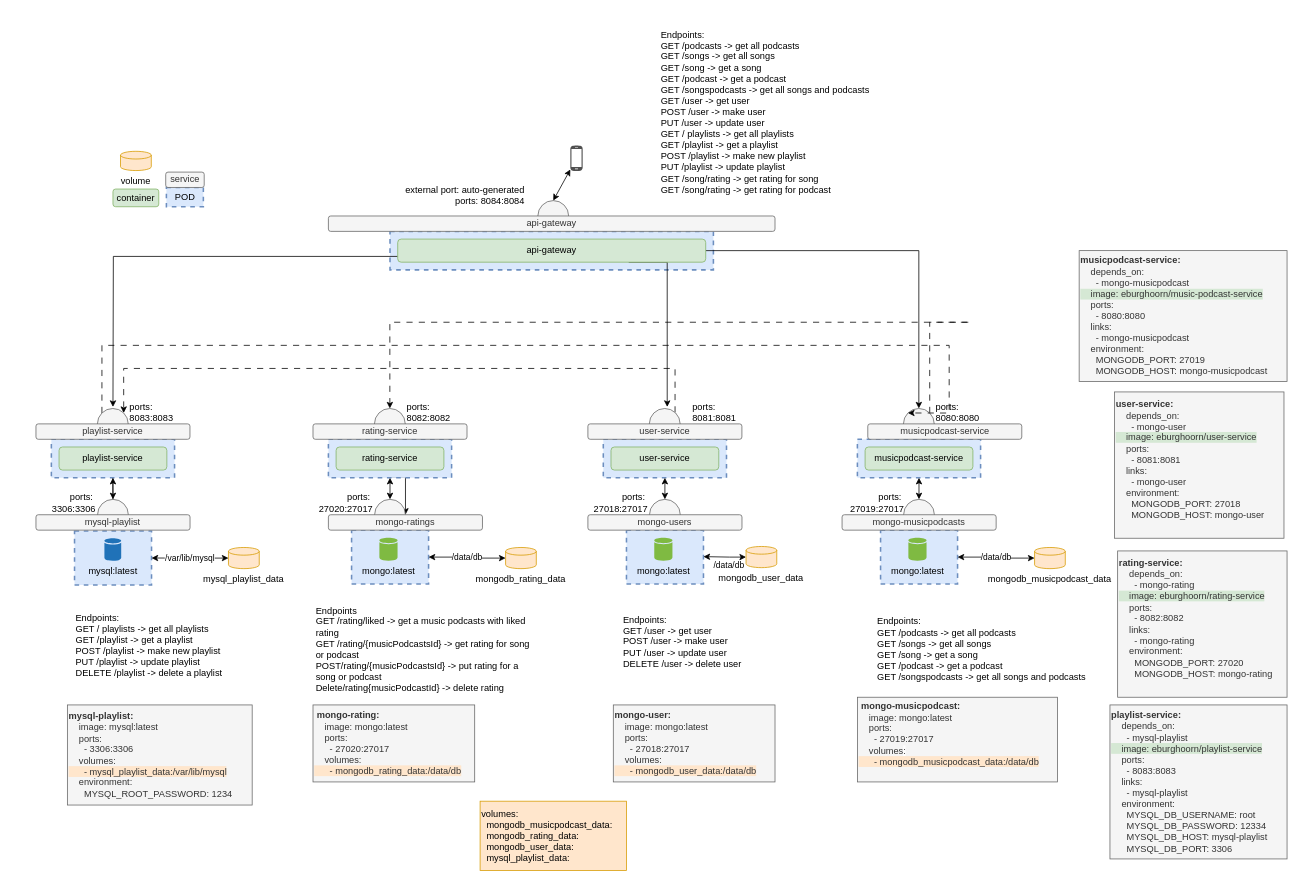
Earlier version of the draw.io diagram muziekservice.drawio (EvaBurghoorn/ProjectEDE_muziekservice). Source tidied: cells renumbered, new cells numbered last; positions are measured from the earlier drawing's top-left corner, leaving out a move shared by most shapes. Both pictures are drawn from the tidied source at 77%, with x=0, y=0 at pixel (13, 23). Pictures stored in the file or linked from it are replaced by grey dashed boxes.
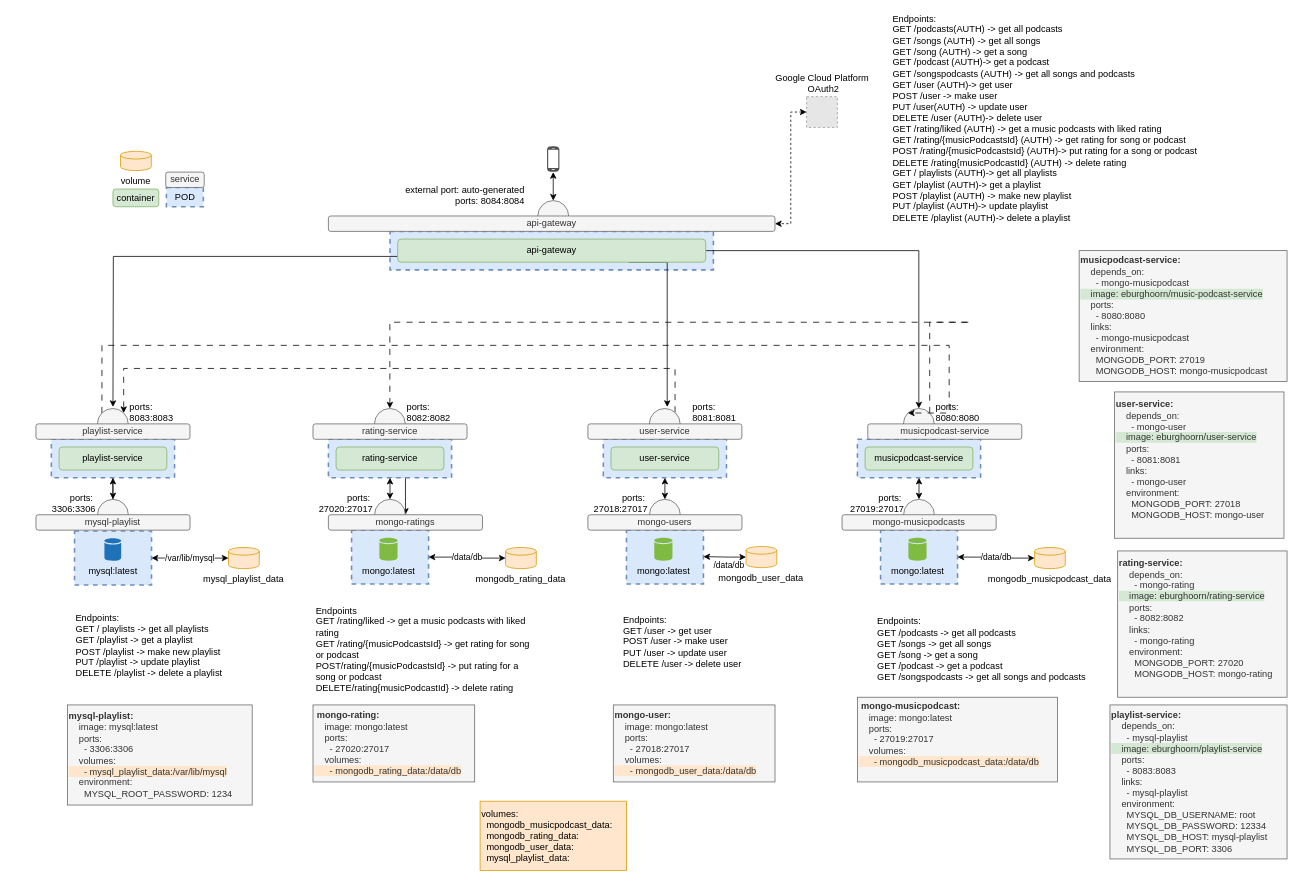
The same diagram, later.

Unchanged cells that the change refers to:
```xml
<mxCell id="69" value="api-gateway" style="rounded=1;whiteSpace=wrap;html=1;fillColor=#f5f5f5;strokeColor=#666666;fontColor=#333333;" parent="1" vertex="1">
  <mxGeometry x="409" y="250" width="580" height="20" as="geometry" />
</mxCell>
```

What changed in the source:
```diff
@@
     <mxCell id="62" style="shadow=0;dashed=0;html=1;strokeColor=none;fillColor=#505050;labelPosition=center;verticalLabelPosition=bottom;verticalAlign=top;outlineConnect=0;align=center;shape=mxgraph.office.devices.cell_phone_android_standalone;" parent="1" vertex="1">
-      <mxGeometry x="723.2" y="158" width="16" height="34" as="geometry" />
+      <mxGeometry x="693" y="159" width="16" height="34" as="geometry" />
     </mxCell>
@@
-    <mxCell id="72" value="Endpoints:&lt;br&gt;GET /podcasts -&amp;gt; get all podcasts&lt;br&gt;GET /songs -&amp;gt; get all songs&lt;br&gt;GET /song -&amp;gt; get a song&lt;br&gt;GET /podcast -&amp;gt; get a podcast&lt;br&gt;GET /songspodcasts -&amp;gt; get all songs and podcasts&lt;br&gt;GET /user -&amp;gt; get user&lt;br&gt;POST /user -&amp;gt; make user&lt;br&gt;PUT /user -&amp;gt; update user&lt;br&gt;GET / playlists -&amp;gt; get all playlists&lt;br&gt;GET /playlist -&amp;gt; get a playlist&lt;br&gt;POST /playlist -&amp;gt; make new playlist&lt;br&gt;PUT /playlist -&amp;gt; update playlist&lt;br&gt;GET /song/rating -&amp;gt; get rating for song&lt;br&gt;GET /song/rating -&amp;gt; get rating for podcast" style="text;html=1;strokeColor=none;fillColor=none;align=left;verticalAlign=middle;whiteSpace=wrap;rounded=0;" parent="1" vertex="1">
-      <mxGeometry x="839.2" width="290" height="230" as="geometry" />
+    <mxCell id="72" value="Endpoints:&lt;br&gt;GET /podcasts(AUTH) -&amp;gt; get all podcasts&lt;br style=&quot;border-color: var(--border-color);&quot;&gt;GET /songs (AUTH)&amp;nbsp;-&amp;gt; get all songs&lt;br style=&quot;border-color: var(--border-color);&quot;&gt;GET /song (AUTH)&amp;nbsp;-&amp;gt; get a song&lt;br style=&quot;border-color: var(--border-color);&quot;&gt;GET /podcast (AUTH)-&amp;gt; get a podcast&lt;br style=&quot;border-color: var(--border-color);&quot;&gt;GET /songspodcasts (AUTH)&amp;nbsp;-&amp;gt; get all songs and podcasts&lt;br&gt;GET /user (AUTH)-&amp;gt; get user&lt;br style=&quot;border-color: var(--border-color);&quot;&gt;POST /user -&amp;gt; make user&lt;br style=&quot;border-color: var(--border-color);&quot;&gt;PUT /user(AUTH) -&amp;gt; update user&lt;br style=&quot;border-color: var(--border-color);&quot;&gt;DELETE /user (AUTH)-&amp;gt; delete user&lt;br&gt;GET /rating/liked (AUTH) -&amp;gt; get a music podcasts with liked rating&lt;br style=&quot;border-color: var(--border-color);&quot;&gt;GET /rating/{musicPodcastsId} (AUTH) -&amp;gt; get rating for song or podcast&lt;br style=&quot;border-color: var(--border-color);&quot;&gt;POST /rating/{musicPodcastsId} (AUTH)-&amp;gt; put rating for a song or podcast&lt;br style=&quot;border-color: var(--border-color);&quot;&gt;DELETE /rating{musicPodcastId} (AUTH)&amp;nbsp;-&amp;gt; delete rating&lt;br style=&quot;border-color: var(--border-color);&quot;&gt;GET / playlists (AUTH)-&amp;gt; get all playlists&lt;br style=&quot;border-color: var(--border-color);&quot;&gt;GET /playlist (AUTH)-&amp;gt; get a playlist&lt;br style=&quot;border-color: var(--border-color);&quot;&gt;POST /playlist (AUTH)&amp;nbsp;-&amp;gt; make new playlist&lt;br style=&quot;border-color: var(--border-color);&quot;&gt;PUT /playlist (AUTH)-&amp;gt; update playlist&lt;br style=&quot;border-color: var(--border-color);&quot;&gt;DELETE /playlist (AUTH)-&amp;gt; delete a playlist" style="text;html=1;strokeColor=none;fillColor=none;align=left;verticalAlign=middle;whiteSpace=wrap;rounded=0;" parent="1" vertex="1">
+      <mxGeometry x="1140" y="8" width="430" height="230" as="geometry" />
     </mxCell>
@@
-    <mxCell id="75" value="Endpoints&lt;br&gt;GET /rating/liked -&amp;gt; get a music podcasts with liked rating&lt;br&gt;GET /rating/{musicPodcastsId} -&amp;gt; get rating for song or podcast&lt;br&gt;POST/rating/{musicPodcastsId} -&amp;gt; put rating for a song or podcast&lt;br&gt;Delete/rating{musicPodcastId} -&amp;gt; delete rating" style="text;html=1;strokeColor=none;fillColor=none;align=left;verticalAlign=middle;whiteSpace=wrap;rounded=0;" parent="1" vertex="1">
+    <mxCell id="75" value="Endpoints&lt;br&gt;GET /rating/liked -&amp;gt; get a music podcasts with liked rating&lt;br&gt;GET /rating/{musicPodcastsId} -&amp;gt; get rating for song or podcast&lt;br&gt;POST/rating/{musicPodcastsId} -&amp;gt; put rating for a song or podcast&lt;br&gt;DELETE/rating{musicPodcastId} -&amp;gt; delete rating" style="text;html=1;strokeColor=none;fillColor=none;align=left;verticalAlign=middle;whiteSpace=wrap;rounded=0;" parent="1" vertex="1">
       <mxGeometry x="391" y="793" width="290" height="40" as="geometry" />
     </mxCell>
@@
+    <mxCell id="87" value="Google Cloud Platform&lt;br&gt;&amp;nbsp;OAuth2" style="fillColor=#E6E6E6;strokeColor=#999999;dashed=1;html=1;verticalLabelPosition=top;labelBackgroundColor=#ffffff;verticalAlign=bottom;labelPosition=center;align=center;" parent="1" vertex="1">
+      <mxGeometry x="1030" y="95" width="40" height="40" as="geometry" />
+    </mxCell>
+    <mxCell id="88" style="edgeStyle=orthogonalEdgeStyle;rounded=0;jettySize=auto;html=1;startArrow=classic;startFill=1;dashed=1;entryX=1;entryY=0.5;entryDx=0;entryDy=0;" parent="1" edge="1" source="87" target="69">
+      <mxGeometry relative="1" as="geometry" />
+    </mxCell>
```
